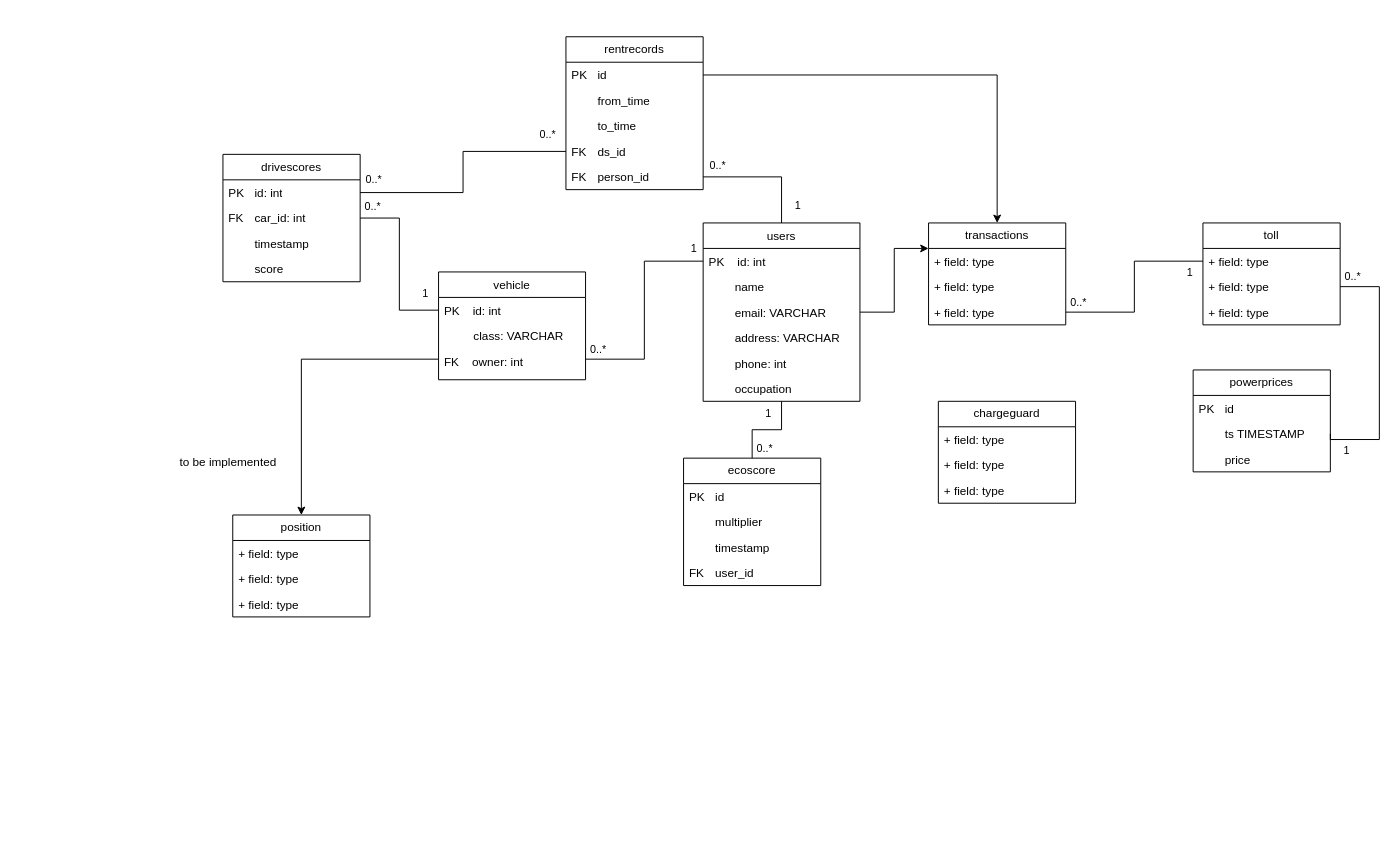
Before: Project Information/Diagram/prosjektdb.drawio in ElektroMannen/Ingenior-prosjekt-1, a draw.io diagram. Source tidied: cells renumbered, new cells numbered last; positions are measured from the earlier drawing's top-left corner, leaving out a move shared by most shapes. Both pictures are drawn from the tidied source at 98%, with x=0, y=0 at pixel (169, 36).
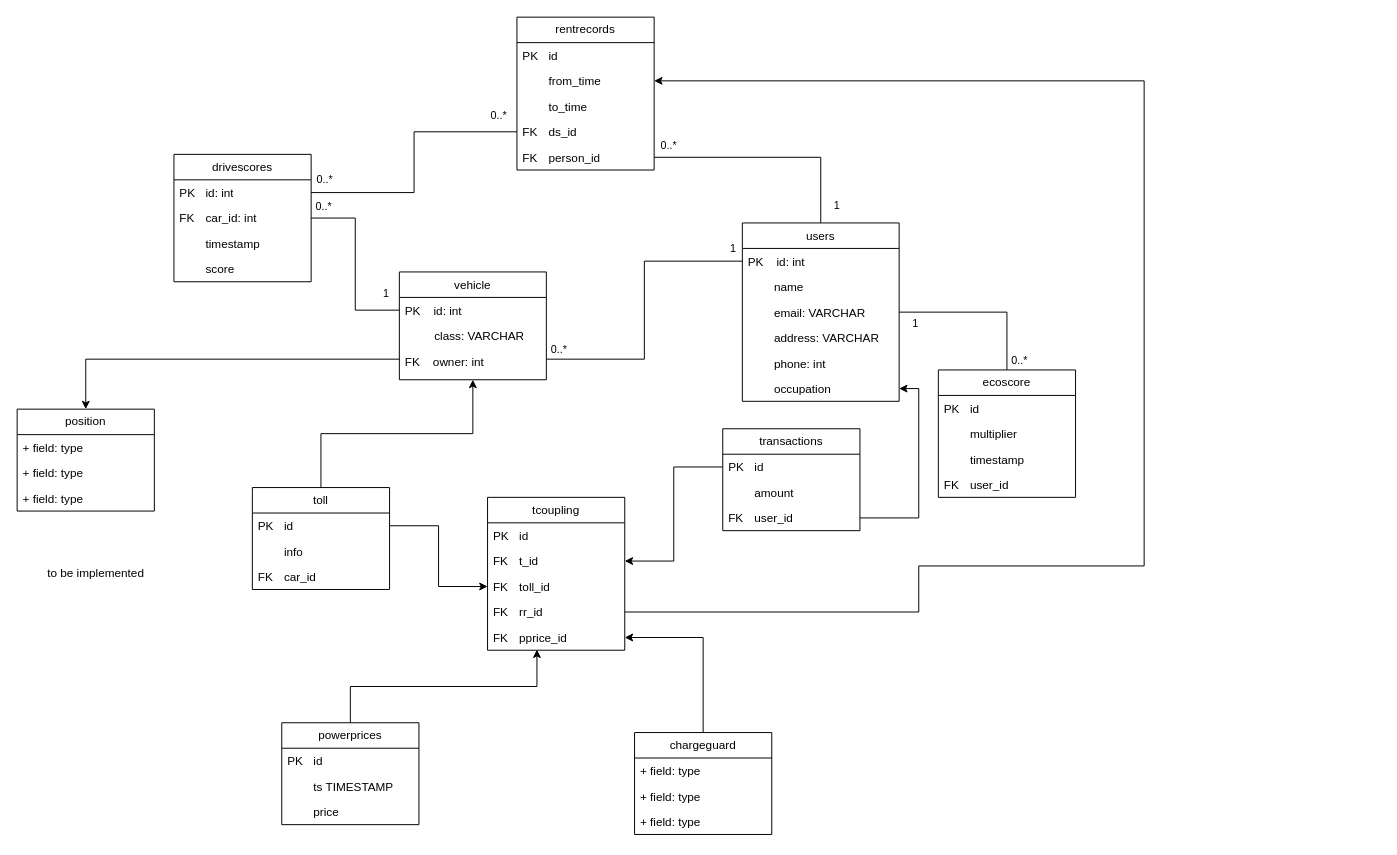
Above is the later version.

Unchanged cells that the change refers to:
```xml
<mxCell id="9" value="        email: VARCHAR" style="text;align=left;verticalAlign=top;spacingLeft=4;spacingRight=4;overflow=hidden;points=[[0,0.5],[1,0.5]];portConstraint=eastwest;rounded=0;shadow=0;html=0;" parent="6" vertex="1">
  <mxGeometry y="78" width="160" height="26" as="geometry" />
</mxCell>
<mxCell id="12" value="&lt;span style=&quot;white-space: pre;&quot;&gt;&#9;&lt;/span&gt;occupation" style="text;strokeColor=none;fillColor=none;align=left;verticalAlign=top;spacingLeft=4;spacingRight=4;overflow=hidden;points=[[0,0.5],[1,0.5]];portConstraint=eastwest;whiteSpace=wrap;html=1;" parent="6" vertex="1">
  <mxGeometry y="156" width="160" height="26" as="geometry" />
</mxCell>
<mxCell id="22" value="PK&lt;span style=&quot;white-space: pre;&quot;&gt;&#9;&lt;/span&gt;id" style="text;strokeColor=none;fillColor=none;align=left;verticalAlign=top;spacingLeft=4;spacingRight=4;overflow=hidden;points=[[0,0.5],[1,0.5]];portConstraint=eastwest;whiteSpace=wrap;html=1;" parent="21" vertex="1">
  <mxGeometry y="26" width="140" height="26" as="geometry" />
</mxCell>
<mxCell id="23" value="&lt;span style=&quot;white-space: pre;&quot;&gt;&#9;&lt;/span&gt;from_time" style="text;strokeColor=none;fillColor=none;align=left;verticalAlign=top;spacingLeft=4;spacingRight=4;overflow=hidden;points=[[0,0.5],[1,0.5]];portConstraint=eastwest;whiteSpace=wrap;html=1;" parent="21" vertex="1">
  <mxGeometry y="52" width="140" height="26" as="geometry" />
</mxCell>
<mxCell id="58" value="&lt;span style=&quot;white-space: pre;&quot;&gt;&#9;&lt;/span&gt;ts TIMESTAMP" style="text;strokeColor=none;fillColor=none;align=left;verticalAlign=top;spacingLeft=4;spacingRight=4;overflow=hidden;points=[[0,0.5],[1,0.5]];portConstraint=eastwest;whiteSpace=wrap;html=1;" parent="56" vertex="1">
  <mxGeometry y="52" width="140" height="26" as="geometry" />
</mxCell>
```

Diff of the diagram source:
```diff
@@
     <mxCell id="2" value="vehicle" style="swimlane;fontStyle=0;align=center;verticalAlign=top;horizontal=1;startSize=26;rounded=0;shadow=0;strokeWidth=1;" parent="1" vertex="1">
-      <mxGeometry x="275" y="240" width="150" height="110" as="geometry" />
+      <mxGeometry x="235" y="240" width="150" height="110" as="geometry" />
     </mxCell>
@@
     <mxCell id="6" value="users" style="swimlane;fontStyle=0;align=center;verticalAlign=top;horizontal=1;startSize=26;rounded=0;shadow=0;strokeWidth=1;" parent="1" vertex="1">
-      <mxGeometry x="545" y="190" width="160" height="182" as="geometry" />
+      <mxGeometry x="585" y="190" width="160" height="182" as="geometry" />
     </mxCell>
@@
     <mxCell id="13" value="drivescores" style="swimlane;fontStyle=0;horizontal=1;startSize=26;fillColor=none;whiteSpace=wrap;html=1;" parent="1" vertex="1">
-      <mxGeometry x="55" y="120" width="140" height="130" as="geometry" />
+      <mxGeometry x="5" y="120" width="140" height="130" as="geometry" />
     </mxCell>
@@
     <mxCell id="21" value="rentrecords" style="swimlane;fontStyle=0;horizontal=1;startSize=26;fillColor=none;whiteSpace=wrap;html=1;" parent="1" vertex="1">
-      <mxGeometry x="405" width="140" height="156" as="geometry" />
+      <mxGeometry x="355" y="-20" width="140" height="156" as="geometry" />
     </mxCell>
@@
     <mxCell id="27" value="ecoscore" style="swimlane;fontStyle=0;horizontal=1;startSize=26;fillColor=none;whiteSpace=wrap;html=1;" parent="1" vertex="1">
-      <mxGeometry x="525" y="430" width="140" height="130" as="geometry" />
+      <mxGeometry x="785" y="340" width="140" height="130" as="geometry" />
     </mxCell>
@@
-    <mxCell id="41" style="endArrow=none;html=1;edgeStyle=orthogonalEdgeStyle;rounded=0;exitX=0.5;exitY=0;exitDx=0;exitDy=0;entryX=0.5;entryY=1;entryDx=0;entryDy=0;" parent="1" edge="1" source="27" target="6">
+    <mxCell id="41" style="endArrow=none;html=1;edgeStyle=orthogonalEdgeStyle;rounded=0;exitX=0.5;exitY=0;exitDx=0;exitDy=0;entryX=1;entryY=0.5;entryDx=0;entryDy=0;" parent="1" edge="1" source="27" target="9">
       <mxGeometry relative="1" as="geometry" />
     </mxCell>
@@
     <mxCell id="43" value="1" style="edgeLabel;html=1;align=right;verticalAlign=bottom;" parent="41" vertex="1">
       <mxGeometry x="1" relative="1" as="geometry">
-        <mxPoint x="-10" y="20" as="offset" />
+        <mxPoint x="20" y="20" as="offset" />
       </mxGeometry>
     </mxCell>
@@
-    <mxCell id="45" style="edgeStyle=orthogonalEdgeStyle;rounded=0;jettySize=auto;html=1;exitX=1;exitY=0.5;exitDx=0;exitDy=0;entryX=0;entryY=0.25;entryDx=0;entryDy=0;" parent="1" edge="1" source="9" target="65">
-      <mxGeometry relative="1" as="geometry" />
-    </mxCell>
-    <mxCell id="46" style="edgeStyle=orthogonalEdgeStyle;rounded=0;jettySize=auto;html=1;exitX=1;exitY=0.5;exitDx=0;exitDy=0;entryX=0.5;entryY=0;entryDx=0;entryDy=0;" parent="1" edge="1" source="22" target="65">
-      <mxGeometry relative="1" as="geometry" />
-    </mxCell>
     <mxCell id="47" value="to be implemented" style="text;html=1;align=center;verticalAlign=middle;strokeColor=none;fillColor=none;" parent="1" vertex="1">
-      <mxGeometry y="420" width="120" height="30" as="geometry" />
+      <mxGeometry x="-135" y="533" width="120" height="30" as="geometry" />
     </mxCell>
+    <mxCell id="75" style="edgeStyle=orthogonalEdgeStyle;rounded=0;jettySize=auto;html=1;exitX=0.5;exitY=0;exitDx=0;exitDy=0;entryX=0.5;entryY=1;entryDx=0;entryDy=0;" parent="1" edge="1" source="48" target="2">
+      <mxGeometry relative="1" as="geometry" />
+    </mxCell>
     <mxCell id="48" value="toll" style="swimlane;fontStyle=0;horizontal=1;startSize=26;fillColor=none;whiteSpace=wrap;html=1;" parent="1" vertex="1">
-      <mxGeometry x="1055" y="190" width="140" height="104" as="geometry" />
+      <mxGeometry x="85" y="460" width="140" height="104" as="geometry" />
     </mxCell>
-    <mxCell id="49" value="+ field: type" style="text;strokeColor=none;fillColor=none;align=left;verticalAlign=top;spacingLeft=4;spacingRight=4;overflow=hidden;points=[[0,0.5],[1,0.5]];portConstraint=eastwest;whiteSpace=wrap;html=1;" parent="48" vertex="1">
+    <mxCell id="49" value="PK&lt;span style=&quot;white-space: pre;&quot;&gt;&#9;&lt;/span&gt;id" style="text;strokeColor=none;fillColor=none;align=left;verticalAlign=top;spacingLeft=4;spacingRight=4;overflow=hidden;points=[[0,0.5],[1,0.5]];portConstraint=eastwest;whiteSpace=wrap;html=1;" parent="48" vertex="1">
       <mxGeometry y="26" width="140" height="26" as="geometry" />
     </mxCell>
-    <mxCell id="50" value="+ field: type" style="text;strokeColor=none;fillColor=none;align=left;verticalAlign=top;spacingLeft=4;spacingRight=4;overflow=hidden;points=[[0,0.5],[1,0.5]];portConstraint=eastwest;whiteSpace=wrap;html=1;" parent="48" vertex="1">
+    <mxCell id="50" value="&lt;span style=&quot;white-space: pre;&quot;&gt;&#9;&lt;/span&gt;info" style="text;strokeColor=none;fillColor=none;align=left;verticalAlign=top;spacingLeft=4;spacingRight=4;overflow=hidden;points=[[0,0.5],[1,0.5]];portConstraint=eastwest;whiteSpace=wrap;html=1;" parent="48" vertex="1">
       <mxGeometry y="52" width="140" height="26" as="geometry" />
     </mxCell>
-    <mxCell id="51" value="+ field: type" style="text;strokeColor=none;fillColor=none;align=left;verticalAlign=top;spacingLeft=4;spacingRight=4;overflow=hidden;whiteSpace=wrap;html=1;" parent="48" vertex="1">
+    <mxCell id="51" value="FK&lt;span style=&quot;white-space: pre;&quot;&gt;&#9;&lt;/span&gt;car_id" style="text;strokeColor=none;fillColor=none;align=left;verticalAlign=top;spacingLeft=4;spacingRight=4;overflow=hidden;whiteSpace=wrap;html=1;" parent="48" vertex="1">
       <mxGeometry y="78" width="140" height="26" as="geometry" />
     </mxCell>
+    <mxCell id="76" style="edgeStyle=orthogonalEdgeStyle;rounded=0;jettySize=auto;html=1;exitX=0.5;exitY=0;exitDx=0;exitDy=0;entryX=1;entryY=0.5;entryDx=0;entryDy=0;" parent="1" edge="1" source="52" target="82">
+      <mxGeometry relative="1" as="geometry" />
+    </mxCell>
     <mxCell id="52" value="chargeguard" style="swimlane;fontStyle=0;horizontal=1;startSize=26;fillColor=none;whiteSpace=wrap;html=1;" parent="1" vertex="1">
-      <mxGeometry x="785" y="372" width="140" height="104" as="geometry" />
+      <mxGeometry x="475" y="710" width="140" height="104" as="geometry" />
     </mxCell>
@@
     <mxCell id="56" value="powerprices" style="swimlane;fontStyle=0;horizontal=1;startSize=26;fillColor=none;whiteSpace=wrap;html=1;" parent="1" vertex="1">
-      <mxGeometry x="1045" y="340" width="140" height="104" as="geometry" />
+      <mxGeometry x="115" y="700" width="140" height="104" as="geometry" />
     </mxCell>
@@
     <mxCell id="60" style="group;" parent="1" vertex="1">
-      <mxGeometry x="65" y="488" width="140" height="104" as="geometry" />
+      <mxGeometry x="-155" y="380" width="140" height="104" as="geometry" />
     </mxCell>
@@
     <mxCell id="65" value="transactions" style="swimlane;fontStyle=0;horizontal=1;startSize=26;fillColor=none;whiteSpace=wrap;html=1;" parent="1" vertex="1">
-      <mxGeometry x="775" y="190" width="140" height="104" as="geometry" />
+      <mxGeometry x="565" y="400" width="140" height="104" as="geometry" />
     </mxCell>
-    <mxCell id="66" value="+ field: type" style="text;strokeColor=none;fillColor=none;align=left;verticalAlign=top;spacingLeft=4;spacingRight=4;overflow=hidden;points=[[0,0.5],[1,0.5]];portConstraint=eastwest;whiteSpace=wrap;html=1;" parent="65" vertex="1">
+    <mxCell id="66" value="PK&lt;span style=&quot;white-space: pre;&quot;&gt;&#9;&lt;/span&gt;id" style="text;strokeColor=none;fillColor=none;align=left;verticalAlign=top;spacingLeft=4;spacingRight=4;overflow=hidden;points=[[0,0.5],[1,0.5]];portConstraint=eastwest;whiteSpace=wrap;html=1;" parent="65" vertex="1">
       <mxGeometry y="26" width="140" height="26" as="geometry" />
     </mxCell>
-    <mxCell id="67" value="+ field: type" style="text;strokeColor=none;fillColor=none;align=left;verticalAlign=top;spacingLeft=4;spacingRight=4;overflow=hidden;whiteSpace=wrap;html=1;" parent="65" vertex="1">
+    <mxCell id="67" value="&lt;span style=&quot;white-space: pre;&quot;&gt;&#9;&lt;/span&gt;amount" style="text;strokeColor=none;fillColor=none;align=left;verticalAlign=top;spacingLeft=4;spacingRight=4;overflow=hidden;whiteSpace=wrap;html=1;" parent="65" vertex="1">
       <mxGeometry y="52" width="140" height="26" as="geometry" />
     </mxCell>
-    <mxCell id="68" value="+ field: type" style="text;strokeColor=none;fillColor=none;align=left;verticalAlign=top;spacingLeft=4;spacingRight=4;overflow=hidden;points=[[0,0.5],[1,0.5]];portConstraint=eastwest;whiteSpace=wrap;html=1;" parent="65" vertex="1">
+    <mxCell id="68" value="FK&lt;span style=&quot;white-space: pre;&quot;&gt;&#9;&lt;/span&gt;user_id" style="text;strokeColor=none;fillColor=none;align=left;verticalAlign=top;spacingLeft=4;spacingRight=4;overflow=hidden;points=[[0,0.5],[1,0.5]];portConstraint=eastwest;whiteSpace=wrap;html=1;" parent="65" vertex="1">
       <mxGeometry y="78" width="140" height="26" as="geometry" />
     </mxCell>
-    <mxCell id="69" style="endArrow=none;html=1;edgeStyle=orthogonalEdgeStyle;rounded=0;entryX=0;entryY=0.5;entryDx=0;entryDy=0;exitX=1;exitY=0.5;exitDx=0;exitDy=0;" parent="1" edge="1" source="68" target="49">
-      <mxGeometry relative="1" as="geometry" />
-    </mxCell>
-    <mxCell id="70" value="0..*" style="edgeLabel;html=1;align=left;verticalAlign=bottom;" parent="69" vertex="1">
-      <mxGeometry x="-1" relative="1" as="geometry">
-        <mxPoint x="3" y="-2" as="offset" />
-      </mxGeometry>
-    </mxCell>
-    <mxCell id="71" value="1" style="edgeLabel;html=1;align=right;verticalAlign=bottom;" parent="69" vertex="1">
-      <mxGeometry x="1" relative="1" as="geometry">
-        <mxPoint x="-10" y="20" as="offset" />
-      </mxGeometry>
-    </mxCell>
-    <mxCell id="72" style="endArrow=none;html=1;edgeStyle=orthogonalEdgeStyle;rounded=0;exitX=1;exitY=0.5;exitDx=0;exitDy=0;entryX=1;entryY=0.5;entryDx=0;entryDy=0;" parent="1" edge="1" source="50" target="58">
-      <mxGeometry relative="1" as="geometry">
-        <Array as="points">
-          <mxPoint x="1235" y="255" />
-          <mxPoint x="1235" y="411" />
-        </Array>
-      </mxGeometry>
-    </mxCell>
-    <mxCell id="73" value="0..*" style="edgeLabel;html=1;align=left;verticalAlign=bottom;" parent="72" vertex="1">
-      <mxGeometry x="-1" relative="1" as="geometry">
-        <mxPoint x="3" y="-2" as="offset" />
-      </mxGeometry>
-    </mxCell>
-    <mxCell id="74" value="1" style="edgeLabel;html=1;align=right;verticalAlign=bottom;" parent="72" vertex="1">
-      <mxGeometry x="1" relative="1" as="geometry">
-        <mxPoint x="20" y="25" as="offset" />
-      </mxGeometry>
-    </mxCell>
+    <mxCell id="77" value="tcoupling" style="swimlane;fontStyle=0;horizontal=1;startSize=26;fillColor=none;whiteSpace=wrap;html=1;" parent="1" vertex="1">
+      <mxGeometry x="325" y="470" width="140" height="156" as="geometry" />
+    </mxCell>
+    <mxCell id="78" value="PK&lt;span style=&quot;white-space: pre;&quot;&gt;&#9;&lt;/span&gt;id" style="text;strokeColor=none;fillColor=none;align=left;verticalAlign=top;spacingLeft=4;spacingRight=4;overflow=hidden;whiteSpace=wrap;html=1;" parent="77" vertex="1">
+      <mxGeometry y="26" width="140" height="26" as="geometry" />
+    </mxCell>
+    <mxCell id="79" value="FK&lt;span style=&quot;white-space: pre;&quot;&gt;&#9;&lt;/span&gt;t_id" style="text;strokeColor=none;fillColor=none;align=left;verticalAlign=top;spacingLeft=4;spacingRight=4;overflow=hidden;points=[[0,0.5],[1,0.5]];portConstraint=eastwest;whiteSpace=wrap;html=1;" parent="77" vertex="1">
+      <mxGeometry y="52" width="140" height="26" as="geometry" />
+    </mxCell>
+    <mxCell id="80" value="FK&lt;span style=&quot;white-space: pre;&quot;&gt;&#9;&lt;/span&gt;toll_id" style="text;strokeColor=none;fillColor=none;align=left;verticalAlign=top;spacingLeft=4;spacingRight=4;overflow=hidden;points=[[0,0.5],[1,0.5]];portConstraint=eastwest;whiteSpace=wrap;html=1;" parent="77" vertex="1">
+      <mxGeometry y="78" width="140" height="26" as="geometry" />
+    </mxCell>
+    <mxCell id="81" value="FK&lt;span style=&quot;white-space: pre;&quot;&gt;&#9;&lt;/span&gt;rr_id" style="text;strokeColor=none;fillColor=none;align=left;verticalAlign=top;spacingLeft=4;spacingRight=4;overflow=hidden;points=[[0,0.5],[1,0.5]];portConstraint=eastwest;whiteSpace=wrap;html=1;" parent="77" vertex="1">
+      <mxGeometry y="104" width="140" height="26" as="geometry" />
+    </mxCell>
+    <mxCell id="82" value="FK&lt;span style=&quot;white-space: pre;&quot;&gt;&#9;&lt;/span&gt;pprice_id" style="text;strokeColor=none;fillColor=none;align=left;verticalAlign=top;spacingLeft=4;spacingRight=4;overflow=hidden;points=[[0,0.5],[1,0.5]];portConstraint=eastwest;whiteSpace=wrap;html=1;" parent="77" vertex="1">
+      <mxGeometry y="130" width="140" height="26" as="geometry" />
+    </mxCell>
+    <mxCell id="83" style="edgeStyle=orthogonalEdgeStyle;rounded=0;jettySize=auto;html=1;exitX=0.5;exitY=0;exitDx=0;exitDy=0;entryX=0.36;entryY=0.975;entryDx=0;entryDy=0;entryPerimeter=0;" parent="1" edge="1" source="56" target="82">
+      <mxGeometry relative="1" as="geometry" />
+    </mxCell>
+    <mxCell id="84" style="edgeStyle=orthogonalEdgeStyle;rounded=0;jettySize=auto;html=1;exitX=1;exitY=0.5;exitDx=0;exitDy=0;entryX=1;entryY=0.5;entryDx=0;entryDy=0;" parent="1" edge="1" source="68" target="12">
+      <mxGeometry relative="1" as="geometry" />
+    </mxCell>
+    <mxCell id="85" style="edgeStyle=orthogonalEdgeStyle;rounded=0;jettySize=auto;html=1;exitX=1;exitY=0.5;exitDx=0;exitDy=0;entryX=0;entryY=0.5;entryDx=0;entryDy=0;" parent="1" edge="1" source="49" target="80">
+      <mxGeometry relative="1" as="geometry" />
+    </mxCell>
+    <mxCell id="86" style="edgeStyle=orthogonalEdgeStyle;rounded=0;jettySize=auto;html=1;exitX=0;exitY=0.5;exitDx=0;exitDy=0;entryX=1;entryY=0.5;entryDx=0;entryDy=0;" parent="1" edge="1" source="66" target="79">
+      <mxGeometry relative="1" as="geometry" />
+    </mxCell>
+    <mxCell id="87" style="edgeStyle=orthogonalEdgeStyle;rounded=0;jettySize=auto;html=1;exitX=1;exitY=0.5;exitDx=0;exitDy=0;entryX=1;entryY=0.5;entryDx=0;entryDy=0;" parent="1" edge="1" source="81" target="23">
+      <mxGeometry relative="1" as="geometry">
+        <Array as="points">
+          <mxPoint x="765" y="587" />
+          <mxPoint x="765" y="540" />
+          <mxPoint x="995" y="540" />
+          <mxPoint x="995" y="45" />
+        </Array>
+      </mxGeometry>
+    </mxCell>
```
